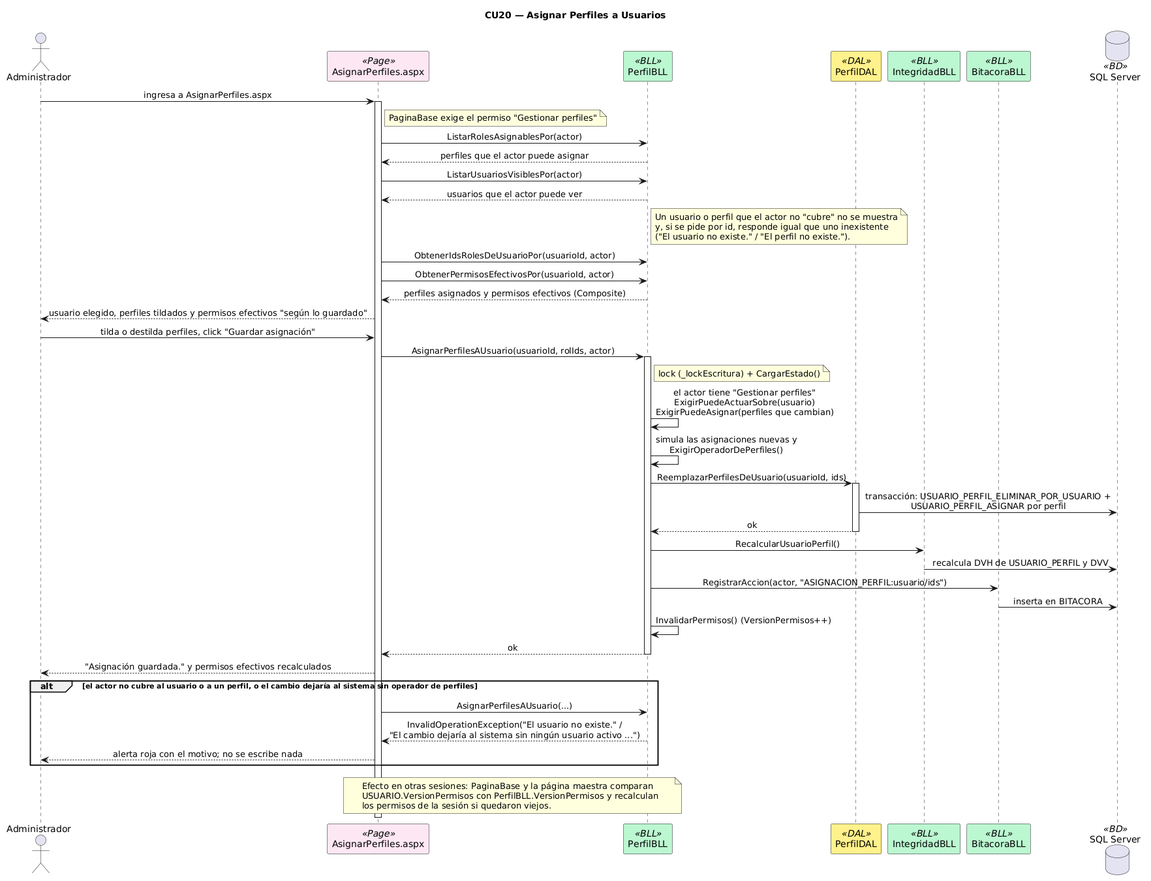
This is DIAGRAMAS/Secuencia_CU20_AsignarPerfiles.png from Urrels/tpDYAWeb, a PlantUML export, as it was before one commit. The source it was exported from:
```plantuml
@startuml
title CU20 — Asignar Perfiles a Usuarios
skinparam sequenceMessageAlign center
skinparam shadowing false
skinparam sequenceParticipant {
    BackgroundColor<<Page>> #FCE7F3
    BackgroundColor<<BLL>> #BBF7D0
    BackgroundColor<<DAL>> #FEF08A
    BackgroundColor<<BD>> #DBEAFE
}

actor Administrador as ADM
participant "AsignarPerfiles.aspx" as PAGE <<Page>>
participant "PerfilBLL" as BLL <<BLL>>
participant "PerfilDAL" as DAL <<DAL>>
participant "IntegridadBLL" as INT <<BLL>>
participant "BitacoraBLL" as BIT <<BLL>>
database "SQL Server" as DB <<BD>>

ADM -> PAGE : ingresa a AsignarPerfiles.aspx
activate PAGE
note right of PAGE : PaginaBase exige el permiso "Gestionar perfiles"
PAGE -> BLL : ListarRolesAsignablesPor(actor)
BLL --> PAGE : perfiles que el actor puede asignar
PAGE -> BLL : ListarUsuariosVisiblesPor(actor)
BLL --> PAGE : usuarios que el actor puede ver
note right of BLL
  Un usuario o perfil que el actor no "cubre" no se muestra
  y, si se pide por id, responde igual que uno inexistente
  ("El usuario no existe." / "El perfil no existe.").
end note
PAGE -> BLL : ObtenerIdsRolesDeUsuarioPor(usuarioId, actor)
PAGE -> BLL : ObtenerPermisosEfectivosPor(usuarioId, actor)
BLL --> PAGE : perfiles asignados y permisos efectivos (Composite)
PAGE --> ADM : usuario elegido, perfiles tildados y permisos efectivos "según lo guardado"

ADM -> PAGE : tilda o destilda perfiles, click "Guardar asignación"
PAGE -> BLL : AsignarPerfilesAUsuario(usuarioId, rolIds, actor)
activate BLL
note right of BLL : lock (_lockEscritura) + CargarEstado()
BLL -> BLL : el actor tiene "Gestionar perfiles"\nExigirPuedeActuarSobre(usuario)\nExigirPuedeAsignar(perfiles que cambian)
BLL -> BLL : simula las asignaciones nuevas y\nExigirOperadorDePerfiles()
BLL -> DAL : ReemplazarPerfilesDeUsuario(usuarioId, ids)
activate DAL
DAL -> DB : transacción: USUARIO_PERFIL_ELIMINAR_POR_USUARIO +\nUSUARIO_PERFIL_ASIGNAR por perfil
DAL --> BLL : ok
deactivate DAL
BLL -> INT : RecalcularUsuarioPerfil()
INT -> DB : recalcula DVH de USUARIO_PERFIL y DVV
BLL -> BIT : RegistrarAccion(actor, "ASIGNACION_PERFIL:usuario/ids")
BIT -> DB : inserta en BITACORA
BLL -> BLL : InvalidarPermisos() (VersionPermisos++)
BLL --> PAGE : ok
deactivate BLL
PAGE --> ADM : "Asignación guardada." y permisos efectivos recalculados

alt el actor no cubre al usuario o a un perfil, o el cambio dejaría al sistema sin operador de perfiles
  PAGE -> BLL : AsignarPerfilesAUsuario(...)
  BLL --> PAGE : InvalidOperationException("El usuario no existe." /\n"El cambio dejaría al sistema sin ningún usuario activo ...")
  PAGE --> ADM : alerta roja con el motivo; no se escribe nada
end

note over PAGE, BLL
  Efecto en otras sesiones: PaginaBase y la página maestra comparan
  USUARIO.VersionPermisos con PerfilBLL.VersionPermisos y recalculan
  los permisos de la sesión si quedaron viejos.
end note
deactivate PAGE
@enduml
```
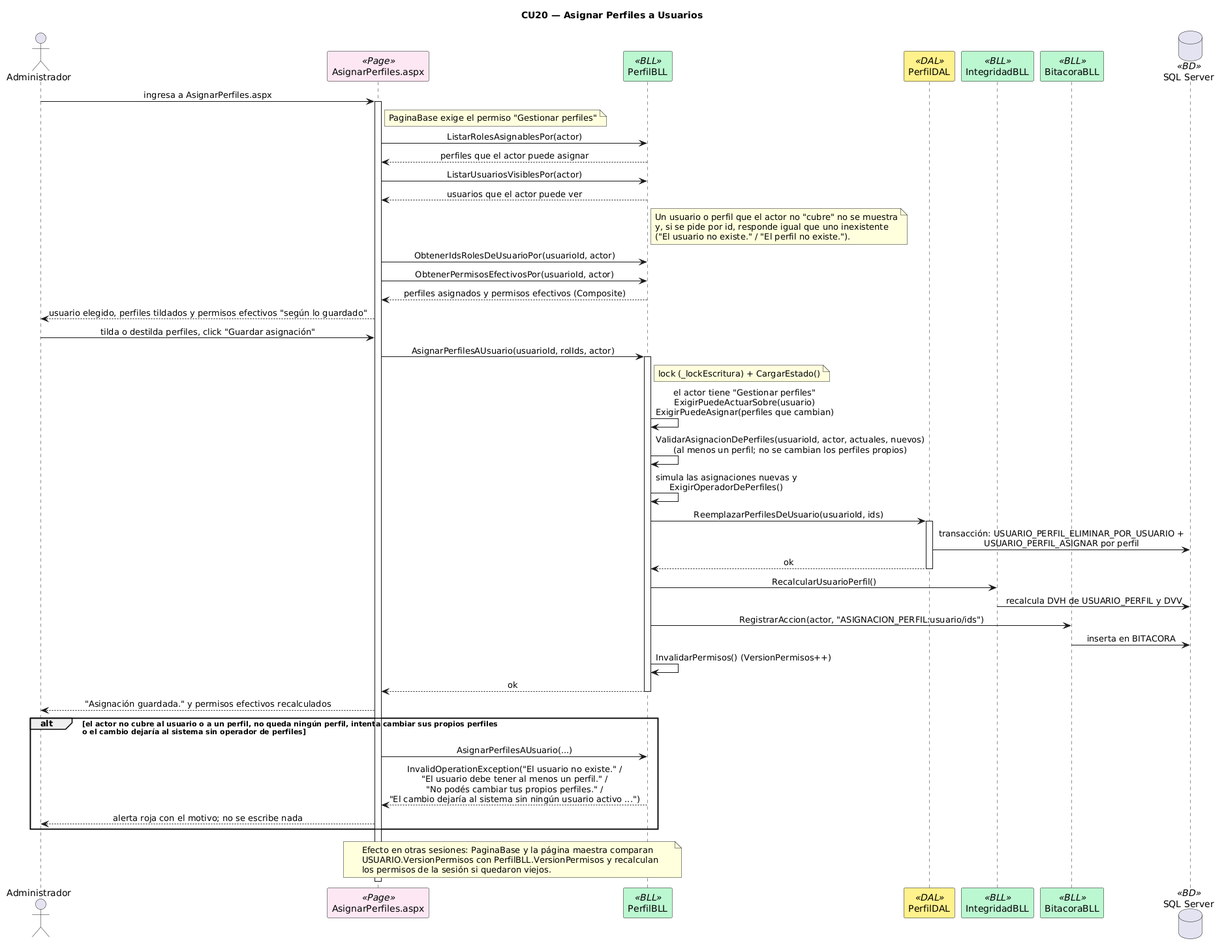
After the commit.

Change to the diagram source:
```diff
@@ -39,6 +39,7 @@
 activate BLL
 note right of BLL : lock (_lockEscritura) + CargarEstado()
 BLL -> BLL : el actor tiene "Gestionar perfiles"\nExigirPuedeActuarSobre(usuario)\nExigirPuedeAsignar(perfiles que cambian)
+BLL -> BLL : ValidarAsignacionDePerfiles(usuarioId, actor, actuales, nuevos)\n(al menos un perfil; no se cambian los perfiles propios)
 BLL -> BLL : simula las asignaciones nuevas y\nExigirOperadorDePerfiles()
 BLL -> DAL : ReemplazarPerfilesDeUsuario(usuarioId, ids)
 activate DAL
@@ -54,9 +55,9 @@
 deactivate BLL
 PAGE --> ADM : "Asignación guardada." y permisos efectivos recalculados
 
-alt el actor no cubre al usuario o a un perfil, o el cambio dejaría al sistema sin operador de perfiles
+alt el actor no cubre al usuario o a un perfil, no queda ningún perfil, intenta cambiar sus propios perfiles\no el cambio dejaría al sistema sin operador de perfiles
   PAGE -> BLL : AsignarPerfilesAUsuario(...)
-  BLL --> PAGE : InvalidOperationException("El usuario no existe." /\n"El cambio dejaría al sistema sin ningún usuario activo ...")
+  BLL --> PAGE : InvalidOperationException("El usuario no existe." /\n"El usuario debe tener al menos un perfil." /\n"No podés cambiar tus propios perfiles." /\n"El cambio dejaría al sistema sin ningún usuario activo ...")
   PAGE --> ADM : alerta roja con el motivo; no se escribe nada
 end
 
```
